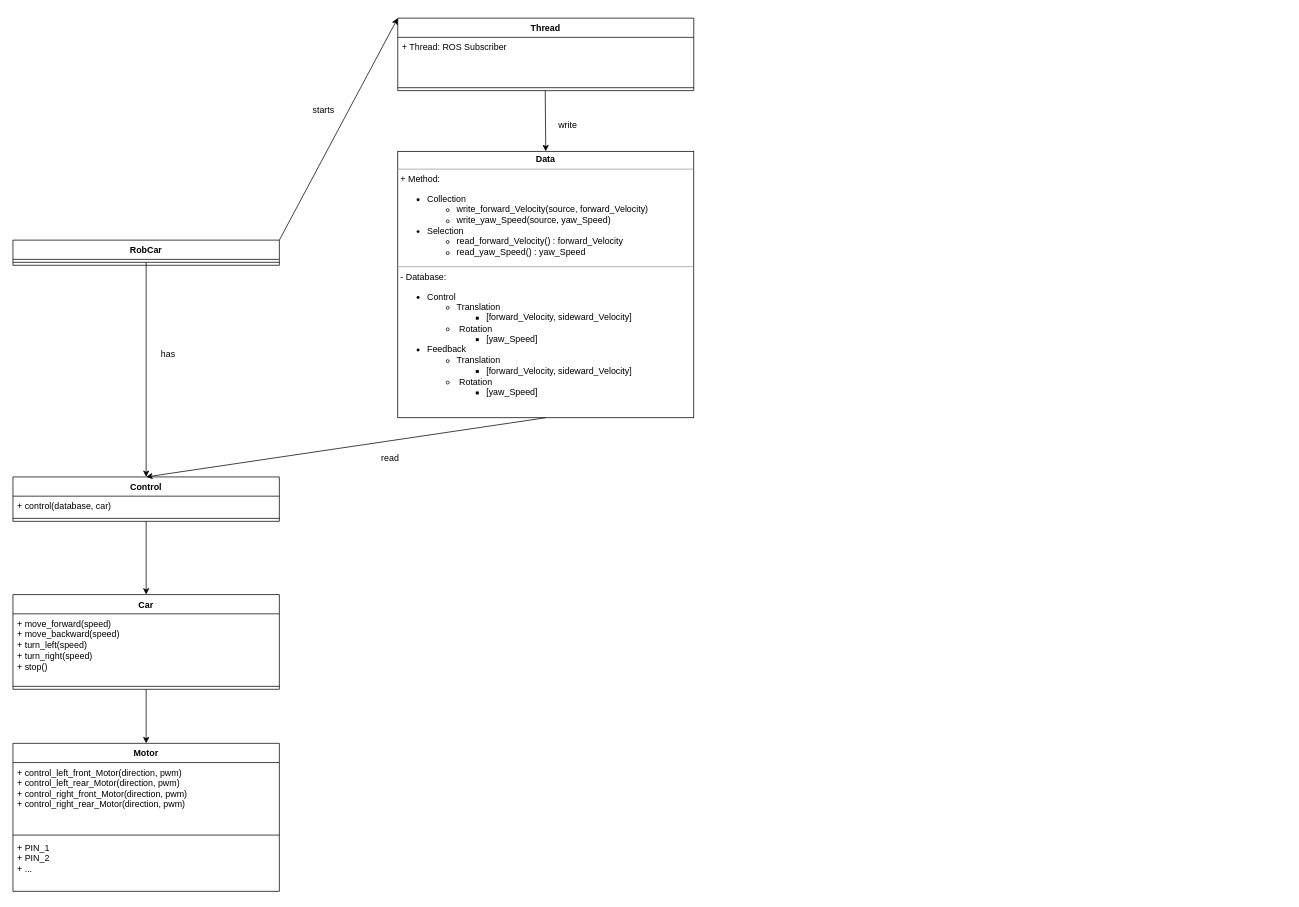
Earlier version of the draw.io diagram Documentation/Software_Architecture.drawio (ICH-BIN-HXM/RobCar). Source tidied: cells renumbered, new cells numbered last; positions are measured from the earlier drawing's top-left corner, leaving out a move shared by most shapes. Both pictures are drawn from the tidied source at 74%, with x=0, y=0 at pixel (13, 18).
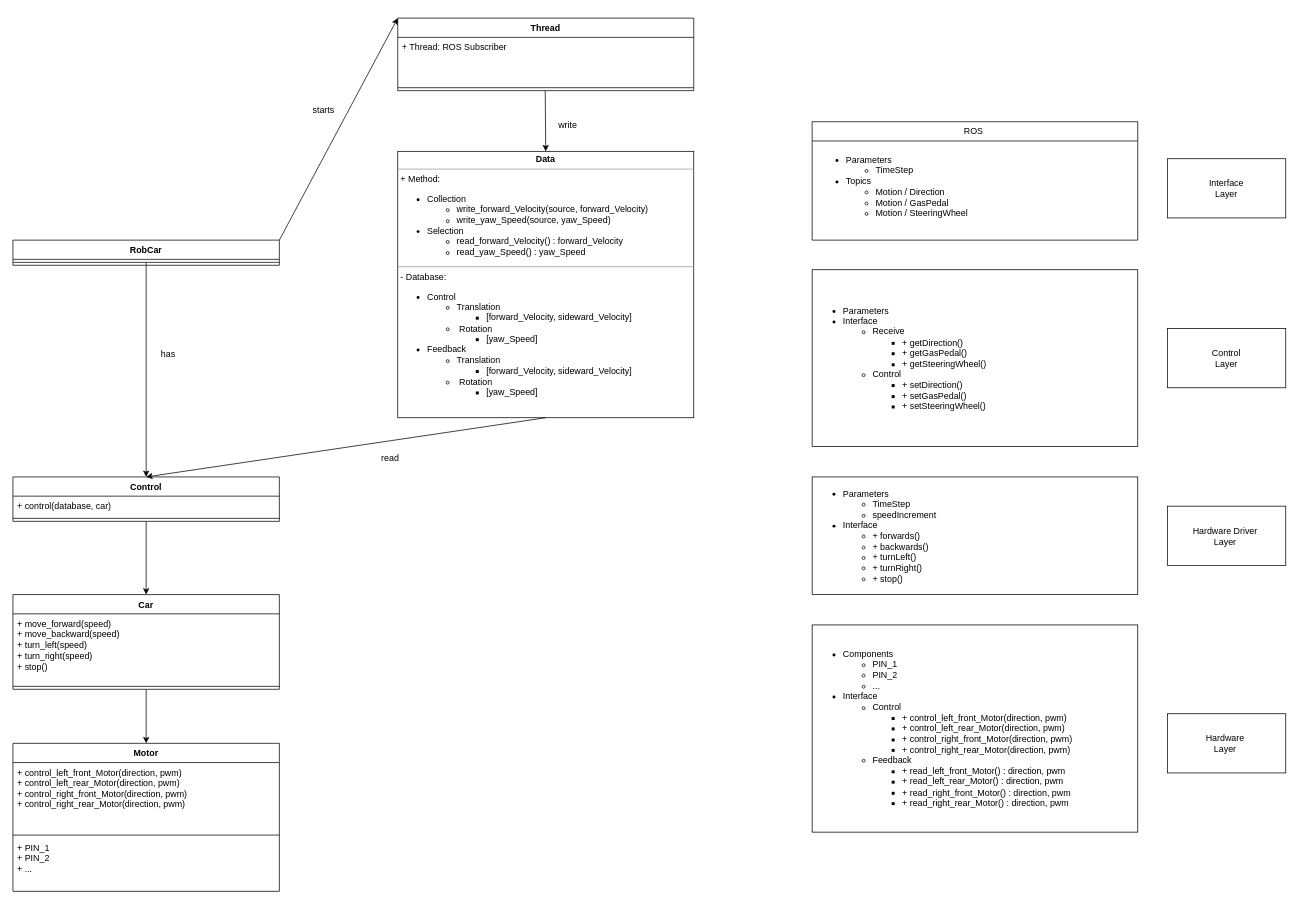
The same diagram, later.

Change to the diagram source:
```diff
@@
+    <mxCell id="28" value="&lt;ul&gt;&lt;li&gt;Parameters&amp;nbsp;&lt;/li&gt;&lt;ul&gt;&lt;li&gt;TimeStep&amp;nbsp;&lt;/li&gt;&lt;li&gt;speedIncrement&amp;nbsp;&lt;/li&gt;&lt;/ul&gt;&lt;li&gt;Interface&amp;nbsp;&lt;/li&gt;&lt;ul&gt;&lt;li&gt;+ forwards()&amp;nbsp;&lt;/li&gt;&lt;li&gt;+ backwards()&amp;nbsp;&lt;/li&gt;&lt;li&gt;+ turnLeft()&amp;nbsp;&lt;/li&gt;&lt;li&gt;+ turnRight()&amp;nbsp;&lt;/li&gt;&lt;li&gt;+ stop()&amp;nbsp;&lt;/li&gt;&lt;/ul&gt;&lt;/ul&gt;" style="rounded=0;whiteSpace=wrap;html=1;align=left;" parent="1" vertex="1">
+      <mxGeometry x="1080" y="620" width="440" height="159" as="geometry" />
+    </mxCell>
+    <mxCell id="29" value="Hardware Driver&amp;nbsp;&lt;br&gt;Layer&amp;nbsp;" style="rounded=0;whiteSpace=wrap;html=1;" parent="1" vertex="1">
+      <mxGeometry x="1560" y="659.5" width="160" height="80" as="geometry" />
+    </mxCell>
+    <mxCell id="30" value="Hardware&amp;nbsp;&lt;br&gt;Layer&amp;nbsp;" style="rounded=0;whiteSpace=wrap;html=1;" parent="1" vertex="1">
+      <mxGeometry x="1560" y="940" width="160" height="80" as="geometry" />
+    </mxCell>
+    <mxCell id="31" value="&lt;ul&gt;&lt;li&gt;&lt;span style=&quot;background-color: initial;&quot;&gt;Components&amp;nbsp;&lt;/span&gt;&lt;/li&gt;&lt;ul&gt;&lt;li&gt;&lt;span style=&quot;background-color: initial;&quot;&gt;PIN_1&amp;nbsp;&lt;/span&gt;&lt;/li&gt;&lt;li&gt;&lt;span style=&quot;background-color: initial;&quot;&gt;PIN_2&amp;nbsp;&lt;/span&gt;&lt;/li&gt;&lt;li&gt;&lt;span style=&quot;background-color: initial;&quot;&gt;...&amp;nbsp;&lt;/span&gt;&lt;/li&gt;&lt;/ul&gt;&lt;li&gt;&lt;span style=&quot;background-color: initial;&quot;&gt;Interface&amp;nbsp;&lt;/span&gt;&lt;/li&gt;&lt;ul&gt;&lt;li&gt;Control&amp;nbsp;&lt;/li&gt;&lt;ul&gt;&lt;li&gt;+ control_left_front_Motor(direction, pwm)&amp;nbsp;&lt;/li&gt;&lt;li&gt;&lt;span style=&quot;color: rgb(0, 0, 0);&quot;&gt;+ control_left_rear_Motor(direction, pwm)&amp;nbsp;&lt;/span&gt;&lt;/li&gt;&lt;li&gt;&lt;span style=&quot;color: rgb(0, 0, 0);&quot;&gt;+ control_right_front_Motor(direction, pwm)&amp;nbsp;&lt;/span&gt;&lt;/li&gt;&lt;li&gt;&lt;span style=&quot;color: rgb(0, 0, 0);&quot;&gt;+ control_right_rear_Motor(direction, pwm)&amp;nbsp;&lt;/span&gt;&lt;/li&gt;&lt;/ul&gt;&lt;li&gt;&lt;font color=&quot;#000000&quot;&gt;Feedback&amp;nbsp;&lt;/font&gt;&lt;/li&gt;&lt;ul&gt;&lt;li style=&quot;border-color: var(--border-color);&quot;&gt;&lt;font style=&quot;border-color: var(--border-color);&quot; color=&quot;#000000&quot;&gt;+ read_left_front_Motor() : direction, pwm&amp;nbsp;&lt;/font&gt;&lt;/li&gt;&lt;li style=&quot;border-color: var(--border-color);&quot;&gt;&lt;font style=&quot;border-color: var(--border-color);&quot; color=&quot;#000000&quot;&gt;+ read_left_rear_Motor() : direction, pwm&amp;nbsp;&lt;/font&gt;&lt;/li&gt;&lt;li style=&quot;border-color: var(--border-color);&quot;&gt;&lt;font style=&quot;border-color: var(--border-color);&quot; color=&quot;#000000&quot;&gt;+ read_right_front_Motor() : direction, pwm&amp;nbsp;&lt;/font&gt;&lt;/li&gt;&lt;li style=&quot;border-color: var(--border-color);&quot;&gt;&lt;font style=&quot;border-color: var(--border-color);&quot; color=&quot;#000000&quot;&gt;+ read_right_rear_Motor() : direction, pwm&amp;nbsp;&lt;/font&gt;&lt;/li&gt;&lt;/ul&gt;&lt;/ul&gt;&lt;/ul&gt;" style="rounded=0;whiteSpace=wrap;html=1;align=left;" parent="1" vertex="1">
+      <mxGeometry x="1080" y="820" width="440" height="280" as="geometry" />
+    </mxCell>
+    <mxCell id="32" value="&lt;ul&gt;&lt;li&gt;Parameters&amp;nbsp;&lt;/li&gt;&lt;li&gt;Interface&amp;nbsp;&lt;/li&gt;&lt;ul&gt;&lt;li&gt;Receive&amp;nbsp;&lt;/li&gt;&lt;ul&gt;&lt;li&gt;+ getDirection()&amp;nbsp;&lt;/li&gt;&lt;li&gt;+ getGasPedal()&amp;nbsp;&lt;/li&gt;&lt;li&gt;+ getSteeringWheel()&amp;nbsp;&lt;/li&gt;&lt;/ul&gt;&lt;li&gt;Control&amp;nbsp;&lt;/li&gt;&lt;ul&gt;&lt;li&gt;+ setDirection()&amp;nbsp;&lt;/li&gt;&lt;li&gt;+ setGasPedal()&amp;nbsp;&lt;/li&gt;&lt;li&gt;+ setSteeringWheel()&amp;nbsp;&lt;/li&gt;&lt;/ul&gt;&lt;/ul&gt;&lt;/ul&gt;" style="rounded=0;whiteSpace=wrap;html=1;align=left;" parent="1" vertex="1">
+      <mxGeometry x="1080" y="340" width="440" height="239" as="geometry" />
+    </mxCell>
+    <mxCell id="33" value="Control &lt;br&gt;Layer" style="rounded=0;whiteSpace=wrap;html=1;" parent="1" vertex="1">
+      <mxGeometry x="1560" y="419.5" width="160" height="80" as="geometry" />
+    </mxCell>
+    <mxCell id="34" value="Interface &lt;br&gt;Layer" style="rounded=0;whiteSpace=wrap;html=1;" parent="1" vertex="1">
+      <mxGeometry x="1560" y="190" width="160" height="80" as="geometry" />
+    </mxCell>
+    <mxCell id="35" value="ROS&amp;nbsp;" style="swimlane;fontStyle=0;horizontal=1;startSize=26;whiteSpace=wrap;html=1;" parent="1" vertex="1">
+      <mxGeometry x="1080" y="140" width="440" height="160" as="geometry" />
+    </mxCell>
+    <mxCell id="36" value="&lt;ul&gt;&lt;li&gt;Parameters&amp;nbsp;&lt;/li&gt;&lt;ul&gt;&lt;li&gt;TimeStep&amp;nbsp;&lt;/li&gt;&lt;/ul&gt;&lt;li&gt;Topics&amp;nbsp;&lt;/li&gt;&lt;ul&gt;&lt;li&gt;Motion / Direction&amp;nbsp;&lt;/li&gt;&lt;li&gt;Motion / GasPedal&amp;nbsp;&lt;/li&gt;&lt;li&gt;Motion / SteeringWheel&amp;nbsp;&lt;/li&gt;&lt;/ul&gt;&lt;/ul&gt;" style="text;align=left;verticalAlign=top;spacingLeft=4;spacingRight=4;overflow=hidden;whiteSpace=wrap;html=1;" parent="35" vertex="1">
+      <mxGeometry y="26" width="440" height="134" as="geometry" />
+    </mxCell>
```
